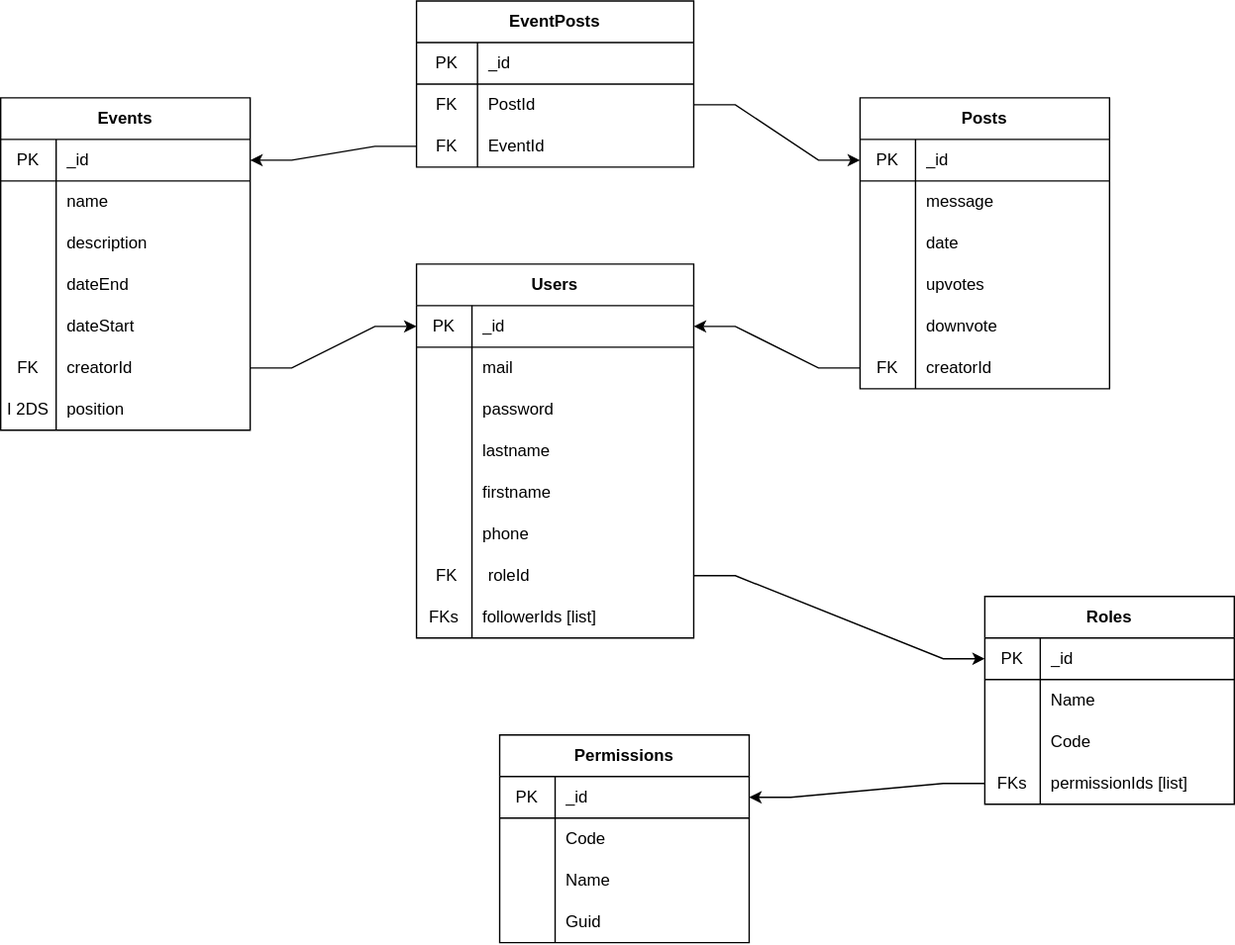
Before: DB.svg, a diagram exported from draw.io (BriceMichalskiStudent/M2_MyCalendApp_backend). Source tidied: cells renumbered, new cells last; positions are measured from the earlier drawing's top-left corner, leaving out a move shared by most shapes.
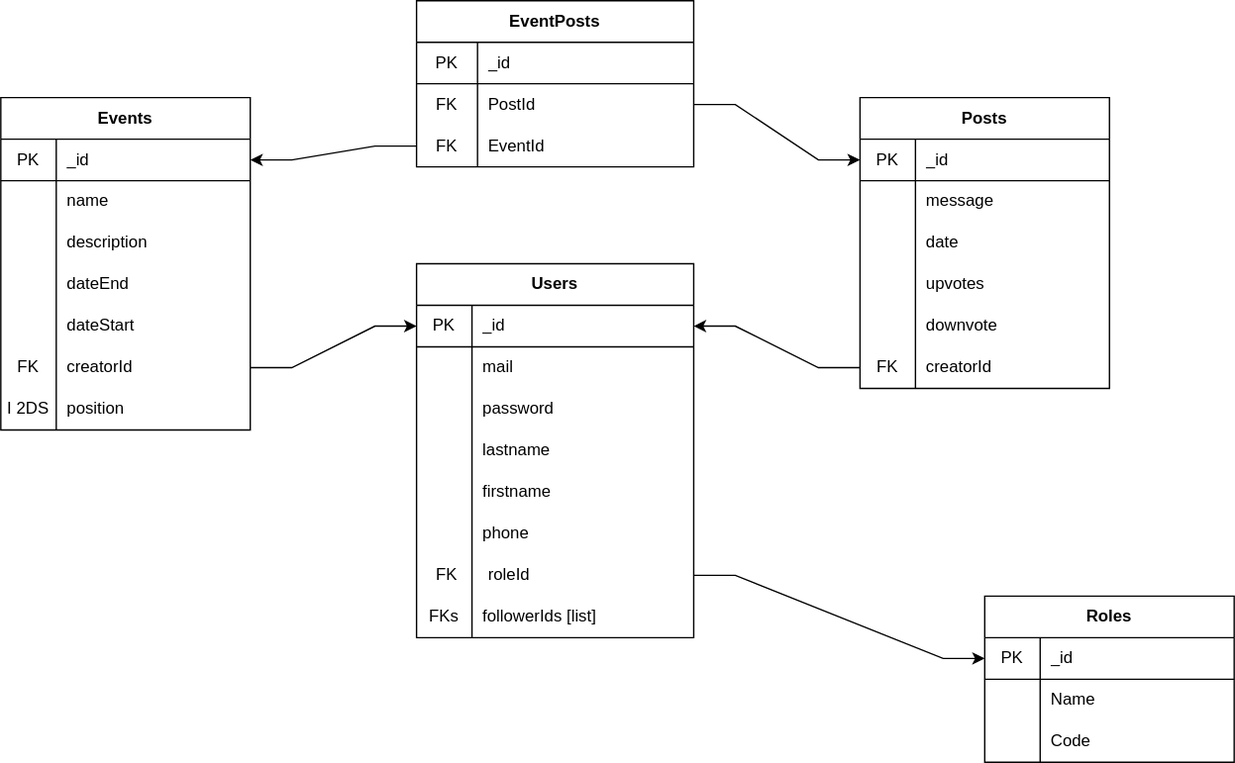
After the change.

What changed in the source:
```diff
@@ -216,7 +216,7 @@
       <mxGeometry x="40" width="140" height="30" as="geometry" />
     </mxCell>
     <mxCell id="73" value="Roles" style="shape=table;html=1;whiteSpace=wrap;startSize=30;rowLines=0;fontStyle=1;align=center;" parent="1" vertex="1">
-      <mxGeometry x="710" y="430" width="180" height="150" as="geometry" />
+      <mxGeometry x="710" y="430" width="180" height="120" as="geometry" />
     </mxCell>
     <mxCell id="74" style="shape=partialRectangle;html=1;whiteSpace=wrap;fillColor=none;top=0;left=0;bottom=1;right=0;points=[[0,0.5],[1,0.5]];portConstraint=eastwest;" parent="73" vertex="1">
       <mxGeometry y="30" width="180" height="30" as="geometry" />
@@ -245,57 +245,6 @@
     <mxCell id="82" value="Code" style="shape=partialRectangle;html=1;whiteSpace=wrap;fillColor=none;top=0;left=0;bottom=0;right=0;align=left;spacingLeft=6;overflow=hidden;" parent="80" vertex="1">
       <mxGeometry x="40" width="140" height="30" as="geometry" />
     </mxCell>
-    <mxCell id="83" value="Permissions" style="shape=table;html=1;whiteSpace=wrap;startSize=30;rowLines=0;fontStyle=1;align=center;" parent="1" vertex="1">
-      <mxGeometry x="360" y="530" width="180" height="150" as="geometry" />
-    </mxCell>
-    <mxCell id="84" style="shape=partialRectangle;html=1;whiteSpace=wrap;fillColor=none;top=0;left=0;bottom=1;right=0;points=[[0,0.5],[1,0.5]];portConstraint=eastwest;" parent="83" vertex="1">
-      <mxGeometry y="30" width="180" height="30" as="geometry" />
-    </mxCell>
-    <mxCell id="85" value="PK" style="shape=partialRectangle;html=1;whiteSpace=wrap;fillColor=none;top=0;left=0;bottom=0;right=0;overflow=hidden;" parent="84" vertex="1">
-      <mxGeometry width="40" height="30" as="geometry" />
-    </mxCell>
-    <mxCell id="86" value="_id" style="shape=partialRectangle;html=1;whiteSpace=wrap;fillColor=none;top=0;left=0;bottom=0;right=0;align=left;spacingLeft=6;overflow=hidden;" parent="84" vertex="1">
-      <mxGeometry x="40" width="140" height="30" as="geometry" />
-    </mxCell>
-    <mxCell id="87" style="shape=partialRectangle;html=1;whiteSpace=wrap;fillColor=none;top=0;left=0;bottom=0;right=0;" parent="83" vertex="1">
-      <mxGeometry y="60" width="180" height="30" as="geometry" />
-    </mxCell>
-    <mxCell id="88" style="shape=partialRectangle;html=1;whiteSpace=wrap;fillColor=none;top=0;left=0;bottom=0;right=0;overflow=hidden;" parent="87" vertex="1">
-      <mxGeometry width="40" height="30" as="geometry" />
-    </mxCell>
-    <mxCell id="89" value="Code" style="shape=partialRectangle;html=1;whiteSpace=wrap;fillColor=none;top=0;left=0;bottom=0;right=0;align=left;spacingLeft=6;overflow=hidden;" parent="87" vertex="1">
-      <mxGeometry x="40" width="140" height="30" as="geometry" />
-    </mxCell>
-    <mxCell id="90" style="shape=partialRectangle;html=1;whiteSpace=wrap;fillColor=none;top=0;left=0;bottom=0;right=0;" parent="83" vertex="1">
-      <mxGeometry y="90" width="180" height="30" as="geometry" />
-    </mxCell>
-    <mxCell id="91" style="shape=partialRectangle;html=1;whiteSpace=wrap;fillColor=none;top=0;left=0;bottom=0;right=0;overflow=hidden;" parent="90" vertex="1">
-      <mxGeometry width="40" height="30" as="geometry" />
-    </mxCell>
-    <mxCell id="92" value="Name" style="shape=partialRectangle;html=1;whiteSpace=wrap;fillColor=none;top=0;left=0;bottom=0;right=0;align=left;spacingLeft=6;overflow=hidden;" parent="90" vertex="1">
-      <mxGeometry x="40" width="140" height="30" as="geometry" />
-    </mxCell>
-    <mxCell id="93" style="shape=partialRectangle;html=1;whiteSpace=wrap;fillColor=none;top=0;left=0;bottom=0;right=0;" parent="1" vertex="1">
-      <mxGeometry x="360" y="650" width="180" height="30" as="geometry" />
-    </mxCell>
-    <mxCell id="94" style="shape=partialRectangle;html=1;whiteSpace=wrap;fillColor=none;top=0;left=0;bottom=0;right=0;overflow=hidden;" parent="93" vertex="1">
-      <mxGeometry width="40" height="30" as="geometry" />
-    </mxCell>
-    <mxCell id="95" value="Guid" style="shape=partialRectangle;html=1;whiteSpace=wrap;fillColor=none;top=0;left=0;bottom=0;right=0;align=left;spacingLeft=6;overflow=hidden;" parent="93" vertex="1">
-      <mxGeometry x="40" width="140" height="30" as="geometry" />
-    </mxCell>
-    <mxCell id="96" style="edgeStyle=entityRelationEdgeStyle;rounded=0;jettySize=auto;html=1;exitX=0;exitY=0.5;exitDx=0;exitDy=0;" parent="1" edge="1" source="97" target="84">
-      <mxGeometry relative="1" as="geometry" />
-    </mxCell>
-    <mxCell id="97" style="shape=partialRectangle;html=1;whiteSpace=wrap;fillColor=none;top=0;left=0;bottom=0;right=0;points=[[0,0.5],[1,0.5]];portConstraint=eastwest;" parent="1" vertex="1">
-      <mxGeometry x="710" y="550" width="180" height="30" as="geometry" />
-    </mxCell>
-    <mxCell id="98" value="FKs" style="shape=partialRectangle;html=1;whiteSpace=wrap;fillColor=none;top=0;left=0;bottom=0;right=0;overflow=hidden;" parent="97" vertex="1">
-      <mxGeometry width="40" height="30" as="geometry" />
-    </mxCell>
-    <mxCell id="99" value="permissionIds [list]" style="shape=partialRectangle;html=1;whiteSpace=wrap;fillColor=none;top=0;left=0;bottom=0;right=0;align=left;spacingLeft=6;overflow=hidden;" parent="97" vertex="1">
-      <mxGeometry x="40" width="140" height="30" as="geometry" />
-    </mxCell>
     <mxCell id="100" style="edgeStyle=entityRelationEdgeStyle;rounded=0;jettySize=auto;html=1;exitX=1;exitY=0.5;exitDx=0;exitDy=0;entryX=0;entryY=0.5;entryDx=0;entryDy=0;" parent="1" edge="1" source="101" target="74">
       <mxGeometry relative="1" as="geometry" />
     </mxCell>
```
